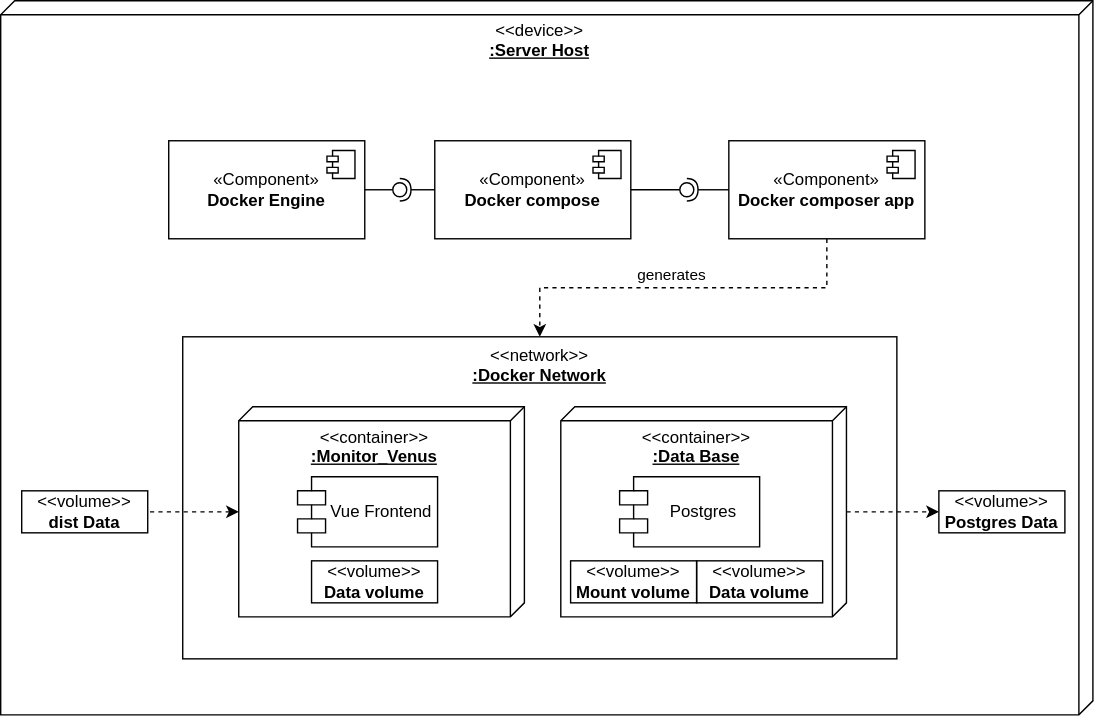
Before: docs/res/backend_docker_diagram.svg, a diagram exported from draw.io (Jonathan-GC/EMASA-platform). Source tidied: cells renumbered, new cells last; positions are measured from the earlier drawing's top-left corner, leaving out a move shared by most shapes.
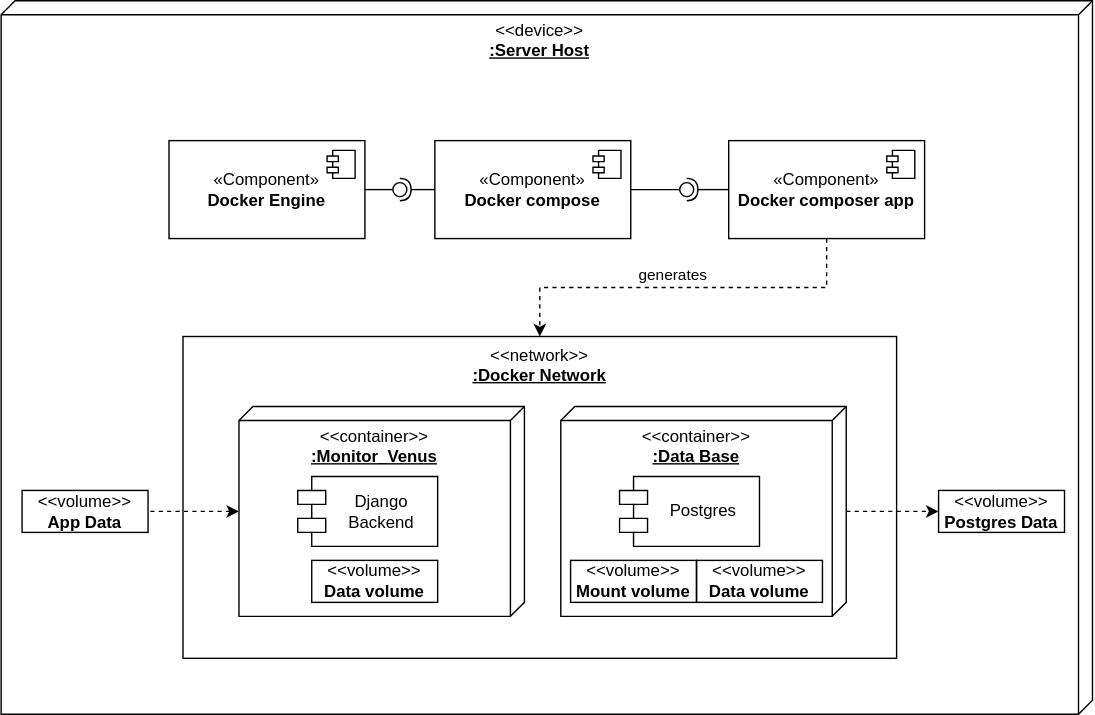
The same file after the commit.

Commit message:
Fix: Update print statement from 'Hello' to 'Goodbye'

Now the diagram has correct components and volumes name

The edit, as a diff of the source:
```diff
@@ -68,7 +68,7 @@
     <mxCell id="19" value="&lt;div&gt;&amp;lt;&amp;lt;container&amp;gt;&amp;gt;&lt;/div&gt;&lt;b&gt;&lt;u&gt;:Monitor_Venus&lt;/u&gt;&lt;/b&gt;" style="verticalAlign=top;align=center;spacingTop=8;spacingLeft=2;spacingRight=12;shape=cube;size=10;direction=south;fontStyle=0;html=1;whiteSpace=wrap;fillColor=none;" parent="1" vertex="1">
       <mxGeometry x="170" y="290" width="204" height="150" as="geometry" />
     </mxCell>
-    <mxCell id="20" value="Vue Frontend" style="shape=module;align=left;spacingLeft=20;align=center;verticalAlign=middle;whiteSpace=wrap;html=1;fillColor=none;" parent="1" vertex="1">
+    <mxCell id="20" value="Django Backend" style="shape=module;align=left;spacingLeft=20;align=center;verticalAlign=middle;whiteSpace=wrap;html=1;fillColor=none;" parent="1" vertex="1">
       <mxGeometry x="212" y="340" width="100" height="50" as="geometry" />
     </mxCell>
     <mxCell id="21" style="edgeStyle=orthogonalEdgeStyle;rounded=0;orthogonalLoop=1;jettySize=auto;html=1;exitX=0.072;exitY=0.515;exitDx=0;exitDy=0;exitPerimeter=0;endArrow=classic;startFill=0;endFill=1;dashed=1;" parent="1" edge="1">
@@ -83,7 +83,7 @@
     <mxCell id="22" value="&amp;lt;&amp;lt;volume&amp;gt;&amp;gt;&lt;div&gt;&lt;b&gt;Data volume&lt;/b&gt;&lt;/div&gt;" style="html=1;whiteSpace=wrap;fillColor=none;" parent="1" vertex="1">
       <mxGeometry x="222" y="400" width="90" height="30" as="geometry" />
     </mxCell>
-    <mxCell id="23" value="&amp;lt;&amp;lt;volume&amp;gt;&amp;gt;&lt;div&gt;&lt;b&gt;dist Data&lt;/b&gt;&lt;/div&gt;" style="html=1;whiteSpace=wrap;fillColor=none;" parent="1" vertex="1">
+    <mxCell id="23" value="&amp;lt;&amp;lt;volume&amp;gt;&amp;gt;&lt;div&gt;&lt;b&gt;App Data&lt;/b&gt;&lt;/div&gt;" style="html=1;whiteSpace=wrap;fillColor=none;" parent="1" vertex="1">
       <mxGeometry x="15" y="350" width="90" height="30" as="geometry" />
     </mxCell>
     <mxCell id="24" style="edgeStyle=orthogonalEdgeStyle;rounded=0;jettySize=auto;html=1;dashed=1;" parent="1" edge="1" source="25" target="29">
```
